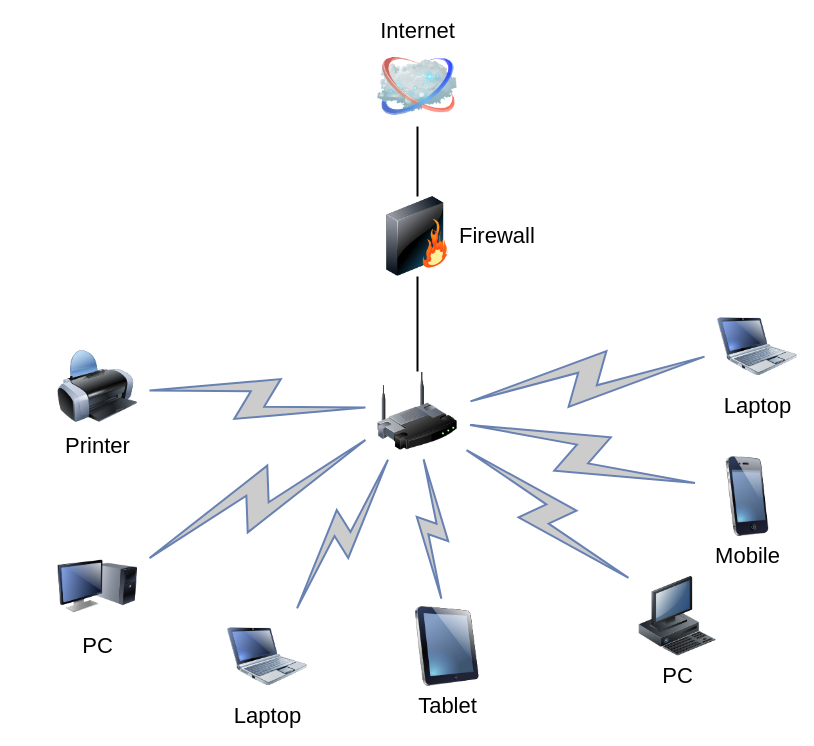
Before: 同频干扰环境.drawio in zeandon/draw.io, a draw.io diagram. Source tidied: cells renumbered, new cells numbered last; positions are measured from the earlier drawing's top-left corner, leaving out a move shared by most shapes. Both pictures are drawn from the tidied source at 100%, with x=0, y=0 at pixel (57, 46).
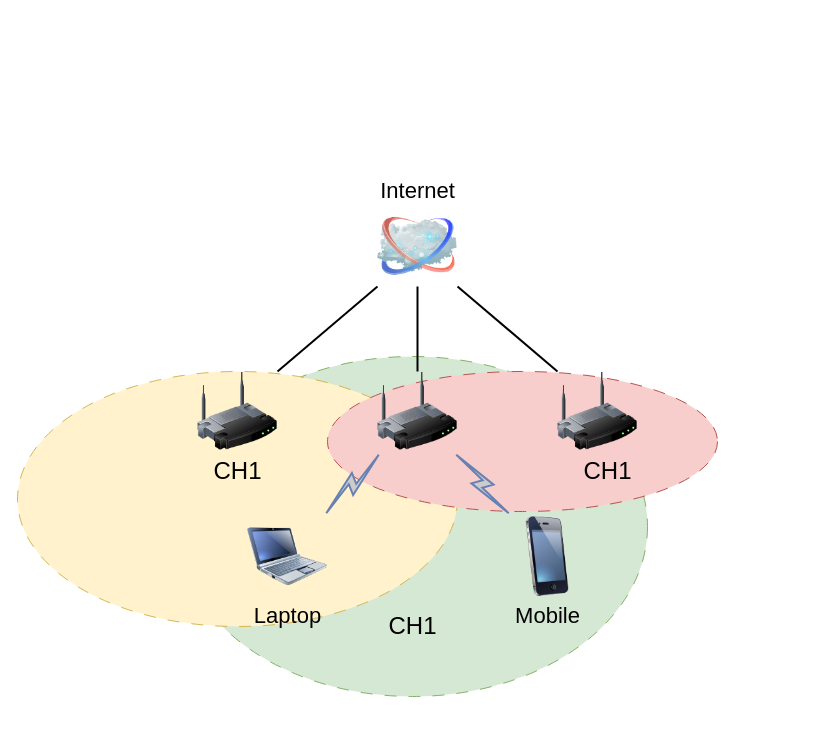
The same diagram, later.

Commit message:
更新同频干扰环境.drawio

The change refers to these unchanged cells:
```xml
<mxCell id="3" style="image;html=1;labelBackgroundColor=#ffffff;image=img/lib/clip_art/networking/Wireless_Router_128x128.png;rounded=1;shadow=0;comic=0;strokeWidth=2;fontSize=22;" parent="1" vertex="1">
  <mxGeometry x="320" y="325" width="80" height="80" as="geometry" />
</mxCell>
```

What changed in the source:
```diff
@@
+    <mxCell id="21" style="ellipse;whiteSpace=wrap;html=1;fillColor=#d5e8d4;strokeColor=#82b366;dashed=1;dashPattern=12 12;" parent="1" vertex="1">
+      <mxGeometry x="120" y="310" width="470" height="340" as="geometry" />
+    </mxCell>
+    <mxCell id="22" style="ellipse;whiteSpace=wrap;html=1;fillColor=#fff2cc;strokeColor=#d6b656;dashed=1;dashPattern=12 12;" parent="1" vertex="1">
+      <mxGeometry x="-40" y="325" width="440" height="255" as="geometry" />
+    </mxCell>
+    <mxCell id="23" style="ellipse;whiteSpace=wrap;html=1;fillColor=#f8cecc;strokeColor=#b85450;dashed=1;dashPattern=12 12;" parent="1" vertex="1">
+      <mxGeometry x="270" y="325" width="390" height="140" as="geometry" />
+    </mxCell>
-    <mxCell id="2" style="edgeStyle=none;rounded=0;html=1;labelBackgroundColor=none;endArrow=none;strokeWidth=2;fontFamily=Verdana;fontSize=22;" parent="1" edge="1" source="3" target="6">
+    <mxCell id="2" style="edgeStyle=none;rounded=0;html=1;labelBackgroundColor=none;endArrow=none;strokeWidth=2;fontFamily=Verdana;fontSize=22;entryX=0.5;entryY=1;entryDx=0;entryDy=0;" parent="1" edge="1" source="3" target="4">
       <mxGeometry relative="1" as="geometry" />
     </mxCell>
@@
     <mxCell id="4" value="Internet" style="image;html=1;labelBackgroundColor=#ffffff;image=img/lib/clip_art/networking/Cloud_128x128.png;rounded=1;shadow=0;comic=0;strokeWidth=2;fontSize=22;labelPosition=center;verticalLabelPosition=top;align=center;verticalAlign=bottom;" parent="1" vertex="1">
-      <mxGeometry x="320" width="80" height="80" as="geometry" />
+      <mxGeometry x="320" y="160" width="80" height="80" as="geometry" />
     </mxCell>
-    <mxCell id="5" style="edgeStyle=none;rounded=0;html=1;labelBackgroundColor=none;endArrow=none;strokeWidth=2;fontFamily=Verdana;fontSize=22;" parent="1" edge="1" source="6" target="4">
-      <mxGeometry relative="1" as="geometry" />
-    </mxCell>
-    <mxCell id="6" value="Firewall" style="image;html=1;labelBackgroundColor=#ffffff;image=img/lib/clip_art/networking/Firewall_128x128.png;rounded=1;shadow=0;comic=0;strokeWidth=2;fontSize=22;labelPosition=right;verticalLabelPosition=middle;align=left;verticalAlign=middle;" parent="1" vertex="1">
-      <mxGeometry x="320" y="150" width="80" height="80" as="geometry" />
-    </mxCell>
-    <mxCell id="7" value="Tablet" style="image;html=1;labelBackgroundColor=#ffffff;image=img/lib/clip_art/computers/iPad_128x128.png;rounded=1;shadow=0;comic=0;strokeWidth=2;fontSize=22;" parent="1" vertex="1">
-      <mxGeometry x="350" y="560" width="80" height="80" as="geometry" />
-    </mxCell>
-    <mxCell id="8" value="PC" style="image;html=1;labelBackgroundColor=#ffffff;image=img/lib/clip_art/computers/Monitor_Tower_128x128.png;rounded=1;shadow=0;comic=0;strokeWidth=2;fontSize=22;" parent="1" vertex="1">
-      <mxGeometry y="500" width="80" height="80" as="geometry" />
-    </mxCell>
-    <mxCell id="9" value="Printer" style="image;html=1;labelBackgroundColor=#ffffff;image=img/lib/clip_art/computers/Printer_128x128.png;rounded=1;shadow=0;comic=0;strokeWidth=2;fontSize=22;" parent="1" vertex="1">
-      <mxGeometry y="300" width="80" height="80" as="geometry" />
-    </mxCell>
-    <mxCell id="10" value="PC" style="image;html=1;labelBackgroundColor=#ffffff;image=img/lib/clip_art/computers/Workstation_128x128.png;rounded=1;shadow=0;comic=0;strokeWidth=2;fontSize=22;" parent="1" vertex="1">
-      <mxGeometry x="580" y="530" width="80" height="80" as="geometry" />
-    </mxCell>
-    <mxCell id="11" value="Mobile" style="image;html=1;labelBackgroundColor=#ffffff;image=img/lib/clip_art/telecommunication/iPhone_128x128.png;rounded=1;shadow=0;comic=0;strokeWidth=2;fontSize=22;" parent="1" vertex="1">
-      <mxGeometry x="650" y="410" width="80" height="80" as="geometry" />
+    <mxCell id="11" value="Mobile" style="image;html=1;labelBackgroundColor=none;image=img/lib/clip_art/telecommunication/iPhone_128x128.png;rounded=1;shadow=0;comic=0;strokeWidth=2;fontSize=22;" parent="1" vertex="1">
+      <mxGeometry x="450" y="470" width="80" height="80" as="geometry" />
     </mxCell>
-    <mxCell id="12" value="Laptop" style="image;html=1;labelBackgroundColor=#ffffff;image=img/lib/clip_art/computers/Netbook_128x128.png;rounded=1;shadow=0;comic=0;strokeColor=#000000;strokeWidth=2;fillColor=#FFFFFF;fontSize=22;fontColor=#000000;" parent="1" vertex="1">
-      <mxGeometry x="660" y="260" width="80" height="80" as="geometry" />
-    </mxCell>
-    <mxCell id="13" value="Laptop" style="image;html=1;labelBackgroundColor=#ffffff;image=img/lib/clip_art/computers/Netbook_128x128.png;rounded=1;shadow=0;comic=0;strokeWidth=2;fontSize=22;" parent="1" vertex="1">
-      <mxGeometry x="170" y="570" width="80" height="80" as="geometry" />
+    <mxCell id="13" value="Laptop" style="image;html=1;labelBackgroundColor=none;image=img/lib/clip_art/computers/Netbook_128x128.png;rounded=1;shadow=0;comic=0;strokeWidth=2;fontSize=22;labelBorderColor=none;" parent="1" vertex="1">
+      <mxGeometry x="190" y="470" width="80" height="80" as="geometry" />
     </mxCell>
-    <mxCell id="14" style="html=1;fillColor=#CCCCCC;strokeColor=#6881B3;gradientColor=none;gradientDirection=north;strokeWidth=2;shape=mxgraph.networks.comm_link_edge;html=1;labelBackgroundColor=none;endArrow=none;fontFamily=Verdana;fontSize=22;fontColor=#000000;" parent="1" edge="1" source="9" target="3">
-      <mxGeometry relative="1" as="geometry" />
-    </mxCell>
-    <mxCell id="15" style="html=1;fillColor=#CCCCCC;strokeColor=#6881B3;gradientColor=none;gradientDirection=north;strokeWidth=2;shape=mxgraph.networks.comm_link_edge;html=1;labelBackgroundColor=none;endArrow=none;fontFamily=Verdana;fontSize=22;fontColor=#000000;fontStyle=1;" parent="1" edge="1" source="8" target="3">
-      <mxGeometry relative="1" as="geometry" />
-    </mxCell>
@@
-    <mxCell id="17" style="html=1;fillColor=#CCCCCC;strokeColor=#6881B3;gradientColor=none;gradientDirection=north;strokeWidth=2;shape=mxgraph.networks.comm_link_edge;html=1;labelBackgroundColor=none;endArrow=none;fontFamily=Verdana;fontSize=22;fontColor=#000000;" parent="1" edge="1" source="7" target="3">
-      <mxGeometry relative="1" as="geometry" />
-    </mxCell>
-    <mxCell id="18" style="html=1;fillColor=#CCCCCC;strokeColor=#6881B3;gradientColor=none;gradientDirection=north;strokeWidth=2;shape=mxgraph.networks.comm_link_edge;html=1;labelBackgroundColor=none;endArrow=none;fontFamily=Verdana;fontSize=22;fontColor=#000000;" parent="1" edge="1" source="10" target="3">
-      <mxGeometry relative="1" as="geometry" />
-    </mxCell>
@@
-    <mxCell id="20" style="html=1;fillColor=#CCCCCC;strokeColor=#6881B3;gradientColor=none;gradientDirection=north;strokeWidth=2;shape=mxgraph.networks.comm_link_edge;html=1;labelBackgroundColor=none;endArrow=none;fontFamily=Verdana;fontSize=22;fontColor=#000000;" parent="1" edge="1" source="12" target="3">
-      <mxGeometry relative="1" as="geometry" />
-    </mxCell>
+    <mxCell id="24" style="image;html=1;labelBackgroundColor=#ffffff;image=img/lib/clip_art/networking/Wireless_Router_128x128.png;rounded=1;shadow=0;comic=0;strokeWidth=2;fontSize=22;" parent="1" vertex="1">
+      <mxGeometry x="140" y="325" width="80" height="80" as="geometry" />
+    </mxCell>
+    <mxCell id="25" style="image;html=1;labelBackgroundColor=#ffffff;image=img/lib/clip_art/networking/Wireless_Router_128x128.png;rounded=1;shadow=0;comic=0;strokeWidth=2;fontSize=22;" parent="1" vertex="1">
+      <mxGeometry x="500" y="325" width="80" height="80" as="geometry" />
+    </mxCell>
+    <mxCell id="26" style="edgeStyle=none;rounded=0;html=1;labelBackgroundColor=none;endArrow=none;strokeWidth=2;fontFamily=Verdana;fontSize=22;entryX=1;entryY=1;entryDx=0;entryDy=0;exitX=0;exitY=0;exitDx=0;exitDy=0;" parent="1" edge="1" source="25" target="4">
+      <mxGeometry relative="1" as="geometry" />
+    </mxCell>
+    <mxCell id="27" style="edgeStyle=none;rounded=0;html=1;labelBackgroundColor=none;endArrow=none;strokeWidth=2;fontFamily=Verdana;fontSize=22;entryX=0;entryY=1;entryDx=0;entryDy=0;exitX=1;exitY=0;exitDx=0;exitDy=0;" parent="1" edge="1" source="24" target="4">
+      <mxGeometry relative="1" as="geometry" />
+    </mxCell>
+    <mxCell id="28" value="CH1" style="text;strokeColor=none;fillColor=none;html=1;fontSize=24;fontStyle=0;verticalAlign=middle;align=center;" parent="1" vertex="1">
+      <mxGeometry x="130" y="405" width="100" height="40" as="geometry" />
+    </mxCell>
+    <mxCell id="29" value="CH1" style="text;strokeColor=none;fillColor=none;html=1;fontSize=24;fontStyle=0;verticalAlign=middle;align=center;" parent="1" vertex="1">
+      <mxGeometry x="305" y="560" width="100" height="40" as="geometry" />
+    </mxCell>
+    <mxCell id="30" value="CH1" style="text;strokeColor=none;fillColor=none;html=1;fontSize=24;fontStyle=0;verticalAlign=middle;align=center;" parent="1" vertex="1">
+      <mxGeometry x="500" y="405" width="100" height="40" as="geometry" />
+    </mxCell>
```
